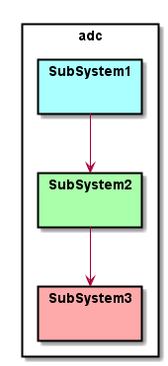
Above: docs/Solution/Logical.png in CAADE/ADC (PlantUML), before the change.
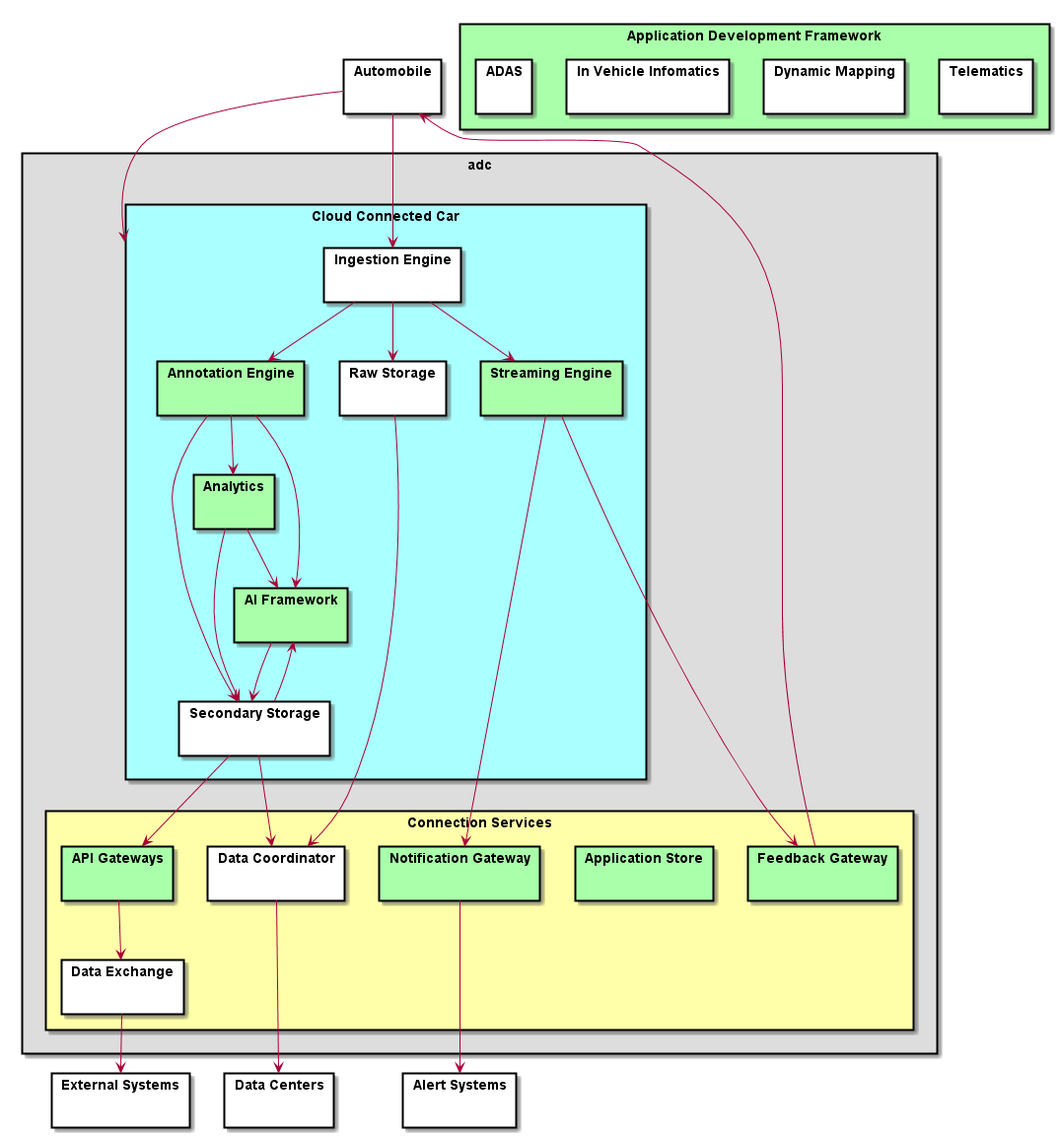
After the change.

Diff of the diagram source:
```diff
@@ -1,18 +1,66 @@
 @startuml
 
 skinparam packageStyle rect
+skinparam interface {
+  backgroundColor black
+}
+package "Application Development Framework" #aaffaa {
+  package "Telematics" {}
+  package "Dynamic Mapping" {}
+  package "In Vehicle Infomatics" {}
+  package "ADAS" {}
 
-package adc {
-package "SubSystem1" #aaffff {
-}
-package "SubSystem2" #aaffaa {
-}
-package "SubSystem3" #ffaaaa {
-}
 }
 
-SubSystem1 --> SubSystem2
-SubSystem2 --> SubSystem3
+top to bottom direction
+package adc  #dddddd {
+    package "Cloud Connected Car" #aaffff {
+      package "Ingestion Engine" { }
+      package "Annotation Engine" #aaffaa { }
+      package "Streaming Engine" #aaffaa { }
+      package "AI Framework" #aaffaa { }
+      package "Raw Storage" { }
+      package "Secondary Storage" { }
+      package "Analytics" #aaffaa { }
+    }
 
 
+    package "Connection Services" #ffffaa {
+      package "Notification Gateway" #aaffaa { }
+      package "Application Store" #aaffaa { }
+      package "API Gateways" #aaffaa { }
+      package "Data Coordinator" { }
+      package "Feedback Gateway" #aaffaa { }
+      package "Data Exchange" { }
+    }
+}
+
+package "Alert Systems" { }
+package "External Systems" { }
+package "Data Centers" { }
+package "Automobile" { }
+
+"Automobile" --> "Cloud Connected Car"
+"Data Coordinator" ---> "Data Centers"
+"Data Exchange" --> "External Systems"
+"Notification Gateway" ---> "Alert Systems"
+"Automobile" --> "Ingestion Engine"
+"Ingestion Engine" --> "Streaming Engine"
+"Streaming Engine" --> "Notification Gateway"
+"Streaming Engine" --> "Feedback Gateway"
+"Feedback Gateway" --> "Automobile"
+"Ingestion Engine" --> "Annotation Engine"
+"Annotation Engine" --> "Secondary Storage"
+"Annotation Engine" --> "Analytics"
+"Annotation Engine" --> "AI Framework"
+"Secondary Storage" --> "AI Framework"
+"AI Framework" --> "Secondary Storage"
+"Ingestion Engine" --> "Raw Storage"
+"API Gateways" --> "Data Exchange"
+"Secondary Storage" --> "API Gateways"
+"Raw Storage" --> "Data Coordinator"
+"Secondary Storage" --> "Data Coordinator"
+"Analytics" --> "Secondary Storage"
+"Analytics" --> "AI Framework"
+
 @enduml
```
